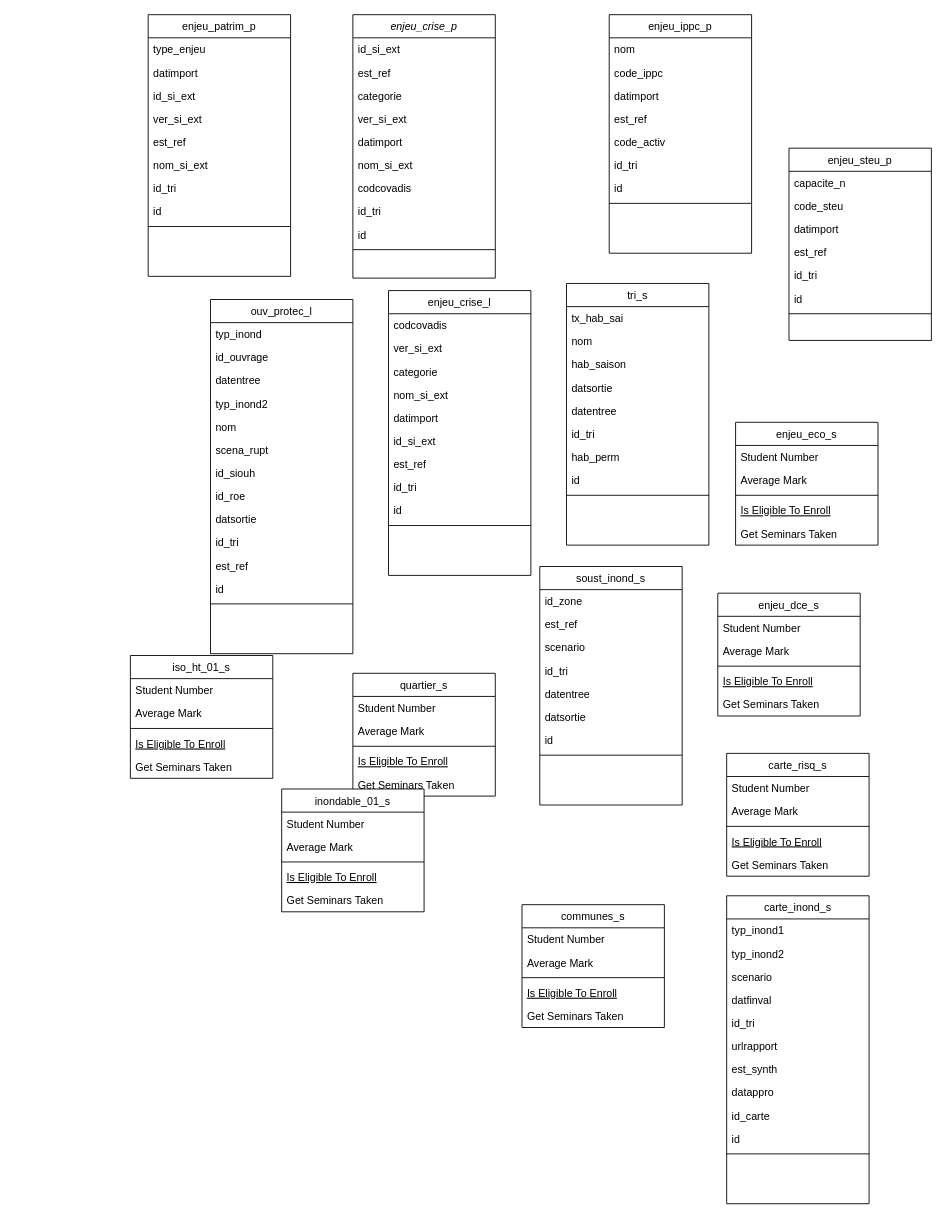
This is Diagramme/Couche_TRI.drawio from jonathanboris/Projet-EIG, a draw.io file, before an edit. Source tidied: cells renumbered, new cells numbered last; positions are measured from the earlier drawing's top-left corner, leaving out a move shared by most shapes. Both pictures are drawn from the tidied source at 89%, with x=0, y=0 at pixel (130, 14).
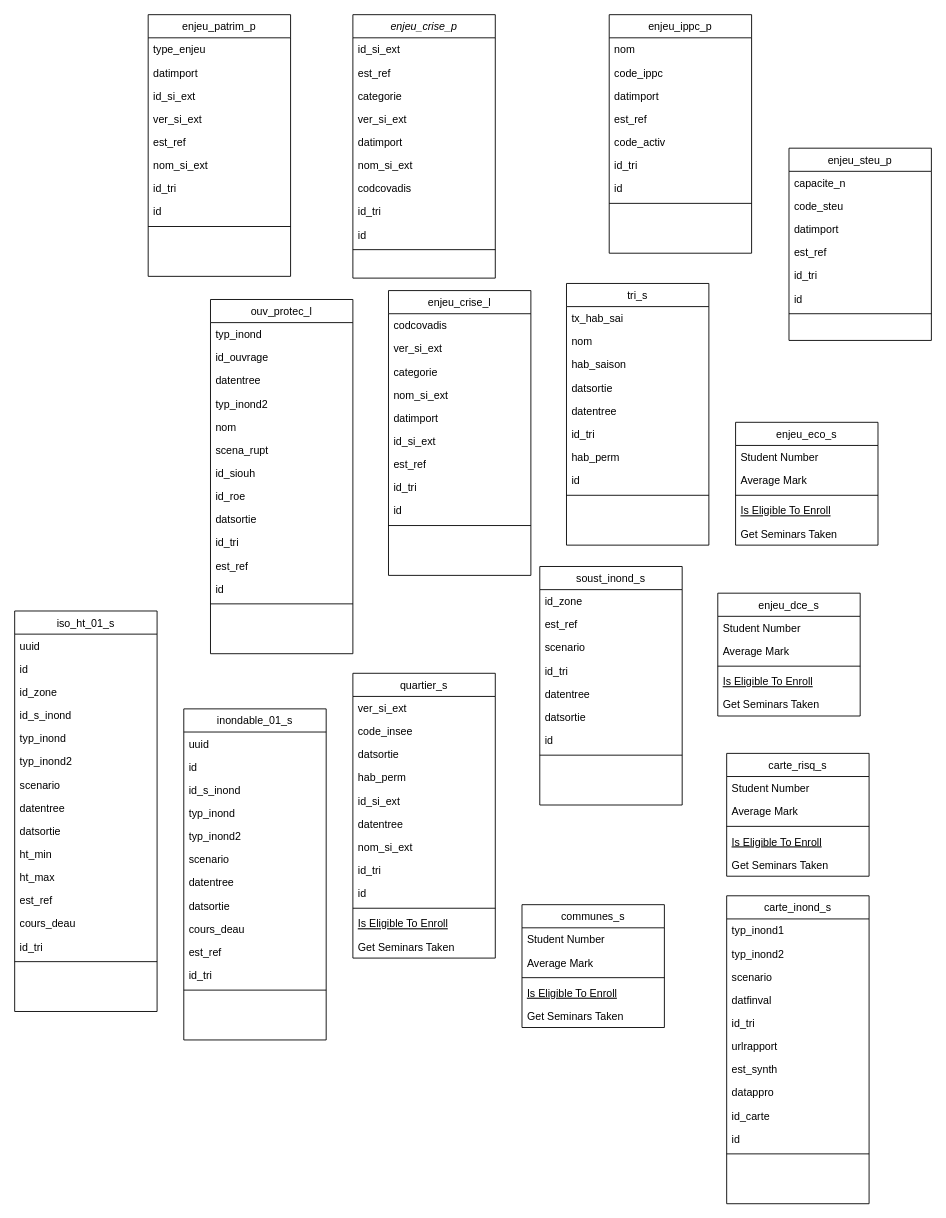
The same page after the edit.

Change to the diagram source:
```diff
@@
     <mxCell id="96" value="quartier_s&#10;" style="swimlane;fontStyle=0;align=center;verticalAlign=top;horizontal=1;startSize=26;rounded=0;shadow=0;strokeWidth=1;" parent="1" vertex="1">
-      <mxGeometry x="250" y="740" width="160" height="138" as="geometry" />
+      <mxGeometry x="250" y="740" width="160" height="320" as="geometry" />
     </mxCell>
-    <mxCell id="97" value="Student Number" style="text;align=left;verticalAlign=top;spacingLeft=4;spacingRight=4;overflow=hidden;" parent="96" vertex="1">
+    <mxCell id="97" value="ver_si_ext" style="text;align=left;verticalAlign=top;spacingLeft=4;spacingRight=4;overflow=hidden;" parent="96" vertex="1">
       <mxGeometry y="26" width="160" height="26" as="geometry" />
     </mxCell>
-    <mxCell id="98" value="Average Mark" style="text;align=left;verticalAlign=top;spacingLeft=4;spacingRight=4;overflow=hidden;rounded=0;shadow=0;html=0;" parent="96" vertex="1">
+    <mxCell id="98" value="code_insee" style="text;align=left;verticalAlign=top;spacingLeft=4;spacingRight=4;overflow=hidden;rounded=0;shadow=0;html=0;" parent="96" vertex="1">
       <mxGeometry y="52" width="160" height="26" as="geometry" />
     </mxCell>
+    <mxCell id="138" value="datsortie" style="text;align=left;verticalAlign=top;spacingLeft=4;spacingRight=4;overflow=hidden;" parent="96" vertex="1">
+      <mxGeometry y="78" width="160" height="26" as="geometry" />
+    </mxCell>
+    <mxCell id="139" value="hab_perm" style="text;align=left;verticalAlign=top;spacingLeft=4;spacingRight=4;overflow=hidden;" parent="96" vertex="1">
+      <mxGeometry y="104" width="160" height="26" as="geometry" />
+    </mxCell>
+    <mxCell id="140" value="id_si_ext" style="text;align=left;verticalAlign=top;spacingLeft=4;spacingRight=4;overflow=hidden;" parent="96" vertex="1">
+      <mxGeometry y="130" width="160" height="26" as="geometry" />
+    </mxCell>
+    <mxCell id="141" value="datentree" style="text;align=left;verticalAlign=top;spacingLeft=4;spacingRight=4;overflow=hidden;" parent="96" vertex="1">
+      <mxGeometry y="156" width="160" height="26" as="geometry" />
+    </mxCell>
+    <mxCell id="142" value="nom_si_ext" style="text;align=left;verticalAlign=top;spacingLeft=4;spacingRight=4;overflow=hidden;" parent="96" vertex="1">
+      <mxGeometry y="182" width="160" height="26" as="geometry" />
+    </mxCell>
+    <mxCell id="143" value="id_tri" style="text;align=left;verticalAlign=top;spacingLeft=4;spacingRight=4;overflow=hidden;" parent="96" vertex="1">
+      <mxGeometry y="208" width="160" height="26" as="geometry" />
+    </mxCell>
+    <mxCell id="144" value="id" style="text;align=left;verticalAlign=top;spacingLeft=4;spacingRight=4;overflow=hidden;" parent="96" vertex="1">
+      <mxGeometry y="234" width="160" height="26" as="geometry" />
+    </mxCell>
     <mxCell id="99" style="line;html=1;strokeWidth=1;align=left;verticalAlign=middle;spacingTop=-1;spacingLeft=3;spacingRight=3;labelPosition=right;" parent="96" vertex="1">
-      <mxGeometry y="78" width="160" height="8" as="geometry" />
+      <mxGeometry y="260" width="160" height="8" as="geometry" />
     </mxCell>
     <mxCell id="100" value="Is Eligible To Enroll" style="text;align=left;verticalAlign=top;spacingLeft=4;spacingRight=4;overflow=hidden;fontStyle=4;" parent="96" vertex="1">
-      <mxGeometry y="86" width="160" height="26" as="geometry" />
+      <mxGeometry y="268" width="160" height="26" as="geometry" />
     </mxCell>
     <mxCell id="101" value="Get Seminars Taken" style="text;align=left;verticalAlign=top;spacingLeft=4;spacingRight=4;overflow=hidden;" parent="96" vertex="1">
-      <mxGeometry y="112" width="160" height="26" as="geometry" />
+      <mxGeometry y="294" width="160" height="26" as="geometry" />
     </mxCell>
     <mxCell id="102" value="iso_ht_01_s" style="swimlane;fontStyle=0;align=center;verticalAlign=top;horizontal=1;startSize=26;rounded=0;shadow=0;strokeWidth=1;" parent="1" vertex="1">
-      <mxGeometry y="720" width="160" height="138" as="geometry" />
+      <mxGeometry x="-130" y="670" width="160" height="450" as="geometry" />
     </mxCell>
-    <mxCell id="103" value="Student Number" style="text;align=left;verticalAlign=top;spacingLeft=4;spacingRight=4;overflow=hidden;" parent="102" vertex="1">
+    <mxCell id="103" value="uuid" style="text;align=left;verticalAlign=top;spacingLeft=4;spacingRight=4;overflow=hidden;" parent="102" vertex="1">
       <mxGeometry y="26" width="160" height="26" as="geometry" />
     </mxCell>
-    <mxCell id="104" value="Average Mark" style="text;align=left;verticalAlign=top;spacingLeft=4;spacingRight=4;overflow=hidden;rounded=0;shadow=0;html=0;" parent="102" vertex="1">
+    <mxCell id="104" value="id" style="text;align=left;verticalAlign=top;spacingLeft=4;spacingRight=4;overflow=hidden;rounded=0;shadow=0;html=0;" parent="102" vertex="1">
       <mxGeometry y="52" width="160" height="26" as="geometry" />
     </mxCell>
+    <mxCell id="145" value="id_zone" style="text;align=left;verticalAlign=top;spacingLeft=4;spacingRight=4;overflow=hidden;rounded=0;shadow=0;html=0;" parent="102" vertex="1">
+      <mxGeometry y="78" width="160" height="26" as="geometry" />
+    </mxCell>
+    <mxCell id="146" value="id_s_inond" style="text;align=left;verticalAlign=top;spacingLeft=4;spacingRight=4;overflow=hidden;rounded=0;shadow=0;html=0;" parent="102" vertex="1">
+      <mxGeometry y="104" width="160" height="26" as="geometry" />
+    </mxCell>
+    <mxCell id="147" value="typ_inond" style="text;align=left;verticalAlign=top;spacingLeft=4;spacingRight=4;overflow=hidden;rounded=0;shadow=0;html=0;" parent="102" vertex="1">
+      <mxGeometry y="130" width="160" height="26" as="geometry" />
+    </mxCell>
+    <mxCell id="148" value="typ_inond2" style="text;align=left;verticalAlign=top;spacingLeft=4;spacingRight=4;overflow=hidden;rounded=0;shadow=0;html=0;" parent="102" vertex="1">
+      <mxGeometry y="156" width="160" height="26" as="geometry" />
+    </mxCell>
+    <mxCell id="149" value="scenario" style="text;align=left;verticalAlign=top;spacingLeft=4;spacingRight=4;overflow=hidden;rounded=0;shadow=0;html=0;" parent="102" vertex="1">
+      <mxGeometry y="182" width="160" height="26" as="geometry" />
+    </mxCell>
+    <mxCell id="150" value="datentree" style="text;align=left;verticalAlign=top;spacingLeft=4;spacingRight=4;overflow=hidden;rounded=0;shadow=0;html=0;" parent="102" vertex="1">
+      <mxGeometry y="208" width="160" height="26" as="geometry" />
+    </mxCell>
+    <mxCell id="151" value="datsortie" style="text;align=left;verticalAlign=top;spacingLeft=4;spacingRight=4;overflow=hidden;rounded=0;shadow=0;html=0;" parent="102" vertex="1">
+      <mxGeometry y="234" width="160" height="26" as="geometry" />
+    </mxCell>
+    <mxCell id="152" value="ht_min" style="text;align=left;verticalAlign=top;spacingLeft=4;spacingRight=4;overflow=hidden;rounded=0;shadow=0;html=0;" parent="102" vertex="1">
+      <mxGeometry y="260" width="160" height="26" as="geometry" />
+    </mxCell>
+    <mxCell id="153" value="ht_max" style="text;align=left;verticalAlign=top;spacingLeft=4;spacingRight=4;overflow=hidden;rounded=0;shadow=0;html=0;" parent="102" vertex="1">
+      <mxGeometry y="286" width="160" height="26" as="geometry" />
+    </mxCell>
+    <mxCell id="154" value="est_ref" style="text;align=left;verticalAlign=top;spacingLeft=4;spacingRight=4;overflow=hidden;rounded=0;shadow=0;html=0;" parent="102" vertex="1">
+      <mxGeometry y="312" width="160" height="26" as="geometry" />
+    </mxCell>
+    <mxCell id="155" value="cours_deau" style="text;align=left;verticalAlign=top;spacingLeft=4;spacingRight=4;overflow=hidden;rounded=0;shadow=0;html=0;" parent="102" vertex="1">
+      <mxGeometry y="338" width="160" height="26" as="geometry" />
+    </mxCell>
+    <mxCell id="156" value="id_tri" style="text;align=left;verticalAlign=top;spacingLeft=4;spacingRight=4;overflow=hidden;rounded=0;shadow=0;html=0;" parent="102" vertex="1">
+      <mxGeometry y="364" width="160" height="26" as="geometry" />
+    </mxCell>
     <mxCell id="105" style="line;html=1;strokeWidth=1;align=left;verticalAlign=middle;spacingTop=-1;spacingLeft=3;spacingRight=3;labelPosition=right;" parent="102" vertex="1">
-      <mxGeometry y="78" width="160" height="8" as="geometry" />
+      <mxGeometry y="390" width="160" height="8" as="geometry" />
     </mxCell>
-    <mxCell id="106" value="Is Eligible To Enroll" style="text;align=left;verticalAlign=top;spacingLeft=4;spacingRight=4;overflow=hidden;fontStyle=4;" parent="102" vertex="1">
-      <mxGeometry y="86" width="160" height="26" as="geometry" />
-    </mxCell>
-    <mxCell id="107" value="Get Seminars Taken" style="text;align=left;verticalAlign=top;spacingLeft=4;spacingRight=4;overflow=hidden;" parent="102" vertex="1">
-      <mxGeometry y="112" width="160" height="26" as="geometry" />
-    </mxCell>
     <mxCell id="108" value="inondable_01_s&#10;" style="swimlane;fontStyle=0;align=center;verticalAlign=top;horizontal=1;startSize=26;rounded=0;shadow=0;strokeWidth=1;" parent="1" vertex="1">
-      <mxGeometry x="170" y="870" width="160" height="138" as="geometry" />
+      <mxGeometry x="60" y="780" width="160" height="372" as="geometry" />
     </mxCell>
-    <mxCell id="109" value="Student Number" style="text;align=left;verticalAlign=top;spacingLeft=4;spacingRight=4;overflow=hidden;" parent="108" vertex="1">
+    <mxCell id="109" value="uuid" style="text;align=left;verticalAlign=top;spacingLeft=4;spacingRight=4;overflow=hidden;" parent="108" vertex="1">
       <mxGeometry y="26" width="160" height="26" as="geometry" />
     </mxCell>
-    <mxCell id="110" value="Average Mark" style="text;align=left;verticalAlign=top;spacingLeft=4;spacingRight=4;overflow=hidden;rounded=0;shadow=0;html=0;" parent="108" vertex="1">
+    <mxCell id="110" value="id" style="text;align=left;verticalAlign=top;spacingLeft=4;spacingRight=4;overflow=hidden;rounded=0;shadow=0;html=0;" parent="108" vertex="1">
       <mxGeometry y="52" width="160" height="26" as="geometry" />
     </mxCell>
+    <mxCell id="157" value="id_s_inond" style="text;align=left;verticalAlign=top;spacingLeft=4;spacingRight=4;overflow=hidden;rounded=0;shadow=0;html=0;" parent="108" vertex="1">
+      <mxGeometry y="78" width="160" height="26" as="geometry" />
+    </mxCell>
+    <mxCell id="158" value="typ_inond" style="text;align=left;verticalAlign=top;spacingLeft=4;spacingRight=4;overflow=hidden;rounded=0;shadow=0;html=0;" parent="108" vertex="1">
+      <mxGeometry y="104" width="160" height="26" as="geometry" />
+    </mxCell>
+    <mxCell id="159" value="typ_inond2" style="text;align=left;verticalAlign=top;spacingLeft=4;spacingRight=4;overflow=hidden;rounded=0;shadow=0;html=0;" parent="108" vertex="1">
+      <mxGeometry y="130" width="160" height="26" as="geometry" />
+    </mxCell>
+    <mxCell id="160" value="scenario" style="text;align=left;verticalAlign=top;spacingLeft=4;spacingRight=4;overflow=hidden;rounded=0;shadow=0;html=0;" parent="108" vertex="1">
+      <mxGeometry y="156" width="160" height="26" as="geometry" />
+    </mxCell>
+    <mxCell id="161" value="datentree" style="text;align=left;verticalAlign=top;spacingLeft=4;spacingRight=4;overflow=hidden;rounded=0;shadow=0;html=0;" parent="108" vertex="1">
+      <mxGeometry y="182" width="160" height="26" as="geometry" />
+    </mxCell>
+    <mxCell id="162" value="datsortie" style="text;align=left;verticalAlign=top;spacingLeft=4;spacingRight=4;overflow=hidden;rounded=0;shadow=0;html=0;" parent="108" vertex="1">
+      <mxGeometry y="208" width="160" height="26" as="geometry" />
+    </mxCell>
+    <mxCell id="163" value="cours_deau" style="text;align=left;verticalAlign=top;spacingLeft=4;spacingRight=4;overflow=hidden;rounded=0;shadow=0;html=0;" parent="108" vertex="1">
+      <mxGeometry y="234" width="160" height="26" as="geometry" />
+    </mxCell>
+    <mxCell id="164" value="est_ref" style="text;align=left;verticalAlign=top;spacingLeft=4;spacingRight=4;overflow=hidden;rounded=0;shadow=0;html=0;" parent="108" vertex="1">
+      <mxGeometry y="260" width="160" height="26" as="geometry" />
+    </mxCell>
+    <mxCell id="165" value="id_tri" style="text;align=left;verticalAlign=top;spacingLeft=4;spacingRight=4;overflow=hidden;rounded=0;shadow=0;html=0;" parent="108" vertex="1">
+      <mxGeometry y="286" width="160" height="26" as="geometry" />
+    </mxCell>
     <mxCell id="111" style="line;html=1;strokeWidth=1;align=left;verticalAlign=middle;spacingTop=-1;spacingLeft=3;spacingRight=3;labelPosition=right;" parent="108" vertex="1">
-      <mxGeometry y="78" width="160" height="8" as="geometry" />
+      <mxGeometry y="312" width="160" height="8" as="geometry" />
     </mxCell>
-    <mxCell id="112" value="Is Eligible To Enroll" style="text;align=left;verticalAlign=top;spacingLeft=4;spacingRight=4;overflow=hidden;fontStyle=4;" parent="108" vertex="1">
-      <mxGeometry y="86" width="160" height="26" as="geometry" />
-    </mxCell>
-    <mxCell id="113" value="Get Seminars Taken" style="text;align=left;verticalAlign=top;spacingLeft=4;spacingRight=4;overflow=hidden;" parent="108" vertex="1">
-      <mxGeometry y="112" width="160" height="26" as="geometry" />
-    </mxCell>
```
